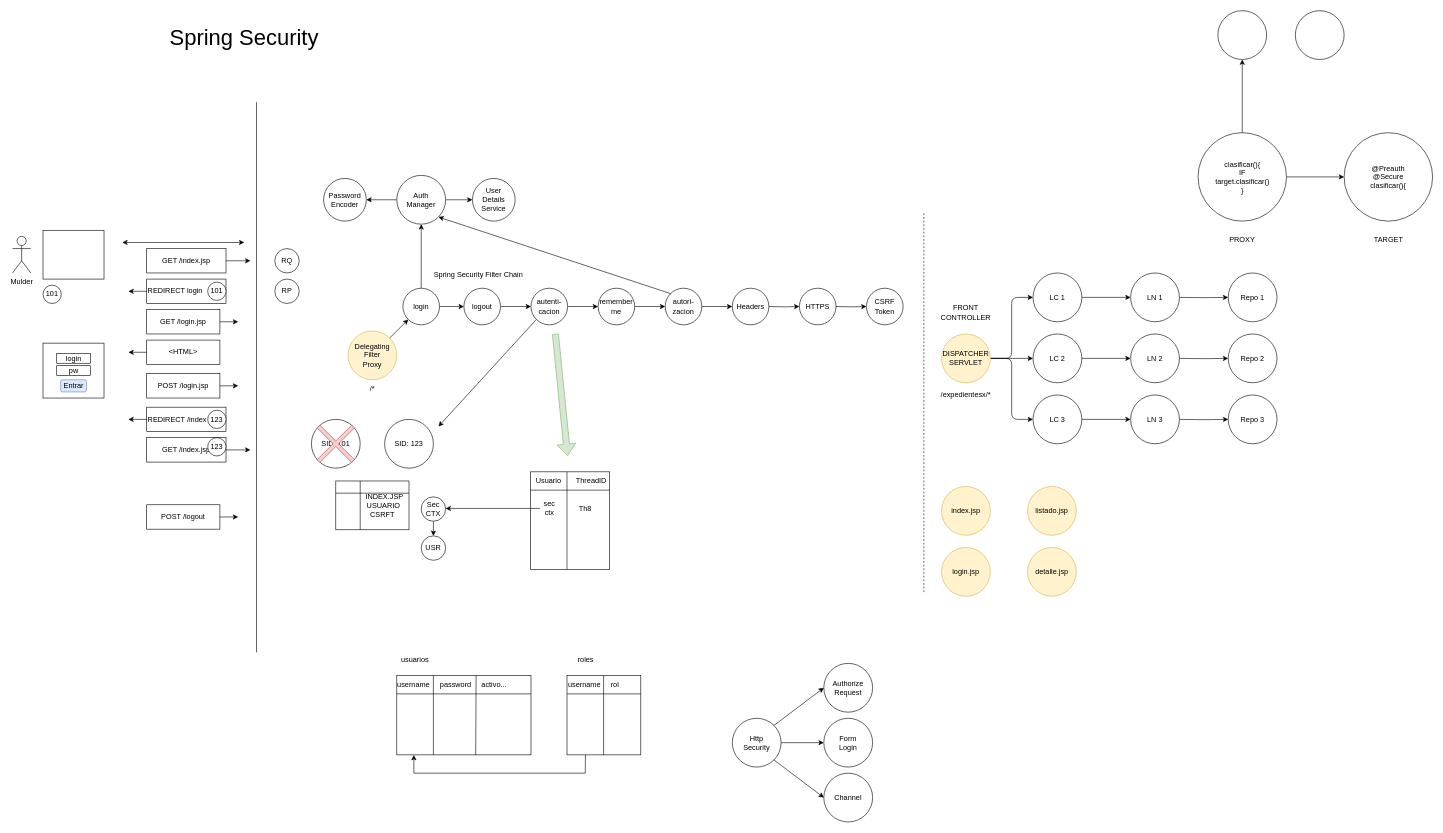
Above: page "Página-20" (23 of 34) of seguridad.drawio in lrag/seguridad_java (draw.io), before the change. Source tidied: cells renumbered, new cells numbered last; positions are measured from the earlier drawing's top-left corner, leaving out a move shared by most shapes. Both pictures are drawn from the tidied source at 61%, with x=0, y=0 at pixel (12, 10).
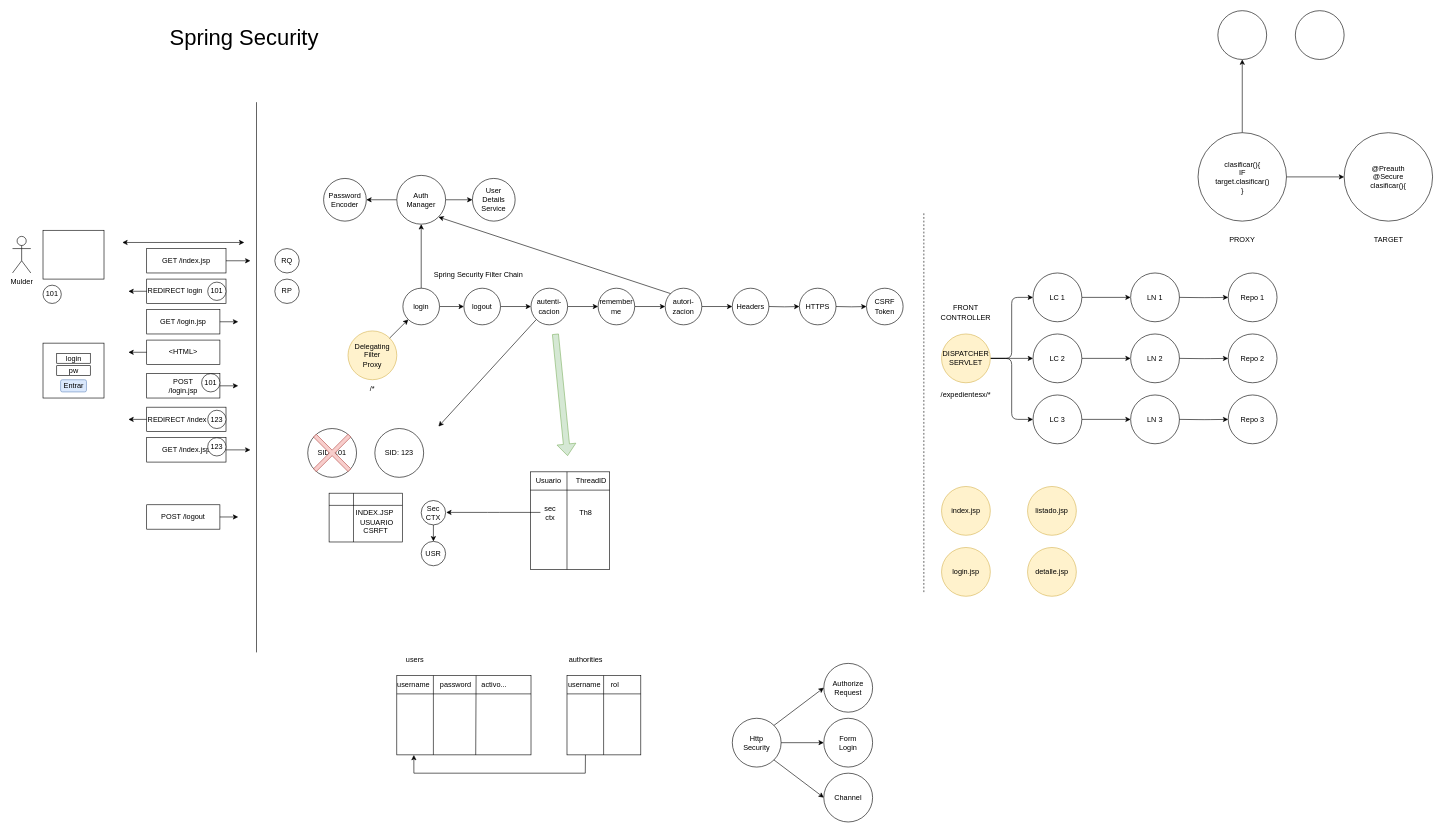
After the change.

Change to the diagram source:
```diff
@@
-    <mxCell id="33" value="POST /login.jsp" style="rounded=0;whiteSpace=wrap;html=1;" parent="1" vertex="1">
+    <mxCell id="33" value="POST &lt;br&gt;/login.jsp" style="rounded=0;whiteSpace=wrap;html=1;" parent="1" vertex="1">
       <mxGeometry x="220" y="595" width="120" height="40" as="geometry" />
     </mxCell>
@@
-    <mxCell id="65" value="usuarios" style="text;html=1;strokeColor=none;fillColor=none;align=center;verticalAlign=middle;whiteSpace=wrap;rounded=0;" parent="1" vertex="1">
+    <mxCell id="65" value="users" style="text;html=1;strokeColor=none;fillColor=none;align=center;verticalAlign=middle;whiteSpace=wrap;rounded=0;" parent="1" vertex="1">
       <mxGeometry x="630" y="1050" width="60" height="30" as="geometry" />
     </mxCell>
@@
-    <mxCell id="68" value="roles" style="text;html=1;strokeColor=none;fillColor=none;align=center;verticalAlign=middle;whiteSpace=wrap;rounded=0;" parent="1" vertex="1">
+    <mxCell id="68" value="authorities" style="text;html=1;strokeColor=none;fillColor=none;align=center;verticalAlign=middle;whiteSpace=wrap;rounded=0;" parent="1" vertex="1">
       <mxGeometry x="910" y="1050" width="60" height="30" as="geometry" />
     </mxCell>
@@
     <mxCell id="104" value="Th8" style="text;html=1;strokeColor=none;fillColor=none;align=center;verticalAlign=middle;whiteSpace=wrap;rounded=0;fontSize=12;" parent="1" vertex="1">
-      <mxGeometry x="909" y="802" width="60" height="30" as="geometry" />
+      <mxGeometry x="910" y="808.5" width="60" height="30" as="geometry" />
     </mxCell>
     <mxCell id="105" style="edgeStyle=orthogonalEdgeStyle;rounded=1;jettySize=auto;html=1;exitX=0;exitY=0.5;exitDx=0;exitDy=0;fontSize=12;" parent="1" edge="1" source="106">
       <mxGeometry relative="1" as="geometry">
-        <mxPoint x="710" y="816" as="targetPoint" />
+        <mxPoint x="711" y="822.5" as="targetPoint" />
       </mxGeometry>
     </mxCell>
     <mxCell id="106" value="sec&lt;br&gt;ctx" style="text;html=1;strokeColor=none;fillColor=none;align=center;verticalAlign=middle;whiteSpace=wrap;rounded=0;fontSize=12;" parent="1" vertex="1">
-      <mxGeometry x="864.5" y="801" width="31" height="30" as="geometry" />
+      <mxGeometry x="865.5" y="807.5" width="31" height="30" as="geometry" />
     </mxCell>
@@
-    <mxCell id="114" value="&amp;nbsp; &amp;nbsp; &amp;nbsp; &amp;nbsp; &amp;nbsp; &amp;nbsp; INDEX.JSP&lt;br&gt;&amp;nbsp; &amp;nbsp; &amp;nbsp; &amp;nbsp; &amp;nbsp; &amp;nbsp;USUARIO&lt;br&gt;&amp;nbsp; &amp;nbsp; &amp;nbsp; &amp;nbsp; &amp;nbsp; CSRFT" style="shape=internalStorage;whiteSpace=wrap;html=1;backgroundOutline=1;dx=40;dy=20;" parent="1" vertex="1">
-      <mxGeometry x="530" y="771" width="120" height="80" as="geometry" />
+    <mxCell id="114" value="&amp;nbsp; &amp;nbsp; &amp;nbsp; &amp;nbsp; &amp;nbsp; &amp;nbsp; &lt;br&gt;&amp;nbsp; &amp;nbsp; &amp;nbsp; &amp;nbsp; &amp;nbsp;INDEX.JSP&lt;br&gt;&amp;nbsp; &amp;nbsp; &amp;nbsp; &amp;nbsp; &amp;nbsp; &amp;nbsp;USUARIO&lt;br style=&quot;border-color: var(--border-color);&quot;&gt;&amp;nbsp; &amp;nbsp; &amp;nbsp; &amp;nbsp; &amp;nbsp; CSRFT" style="shape=internalStorage;whiteSpace=wrap;html=1;backgroundOutline=1;dx=40;dy=20;" parent="1" vertex="1">
+      <mxGeometry x="519" y="791" width="120" height="80" as="geometry" />
     </mxCell>
     <mxCell id="115" value="USR" style="ellipse;whiteSpace=wrap;html=1;" parent="1" vertex="1">
-      <mxGeometry x="670" y="861" width="40" height="40" as="geometry" />
+      <mxGeometry x="670" y="870" width="40" height="40" as="geometry" />
     </mxCell>
     <mxCell id="116" value="SID: 101" style="ellipse;whiteSpace=wrap;html=1;" parent="1" vertex="1">
-      <mxGeometry x="490" y="670" width="80" height="80" as="geometry" />
+      <mxGeometry x="484" y="685" width="80" height="80" as="geometry" />
     </mxCell>
-    <mxCell id="117" style="shape=cross;whiteSpace=wrap;html=1;size=0.07999954223632813;rotation=45;fillColor=#f8cecc;strokeColor=#b85450;" parent="1" vertex="1">
-      <mxGeometry x="490" y="670" width="80" height="80" as="geometry" />
-    </mxCell>
     <mxCell id="118" value="SID: 123" style="ellipse;whiteSpace=wrap;html=1;" parent="1" vertex="1">
-      <mxGeometry x="610" y="670" width="80" height="80" as="geometry" />
+      <mxGeometry x="594" y="685" width="80" height="80" as="geometry" />
     </mxCell>
-    <mxCell id="119" style="endArrow=classic;html=1;rounded=1;fontSize=12;entryX=0.5;entryY=0;entryDx=0;entryDy=0;exitX=0.5;exitY=1;exitDx=0;exitDy=0;" parent="1" edge="1" source="120" target="115">
+    <mxCell id="119" style="endArrow=classic;html=1;rounded=1;fontSize=12;exitX=0.5;exitY=1;exitDx=0;exitDy=0;entryX=0.5;entryY=0;entryDx=0;entryDy=0;" parent="1" edge="1" source="120" target="115">
       <mxGeometry relative="1" as="geometry" />
     </mxCell>
     <mxCell id="120" value="Sec&lt;br&gt;CTX" style="ellipse;whiteSpace=wrap;html=1;" parent="1" vertex="1">
-      <mxGeometry x="670" y="797" width="40" height="40" as="geometry" />
+      <mxGeometry x="670" y="803" width="40" height="40" as="geometry" />
     </mxCell>
@@
+    <mxCell id="123" value="101" style="ellipse;whiteSpace=wrap;html=1;" parent="1" vertex="1">
+      <mxGeometry x="310" y="595" width="30" height="30" as="geometry" />
+    </mxCell>
+    <mxCell id="124" style="shape=cross;whiteSpace=wrap;html=1;size=0.07999954223632813;rotation=45;fillColor=#f8cecc;strokeColor=#b85450;" parent="1" vertex="1">
+      <mxGeometry x="484" y="685" width="80" height="80" as="geometry" />
+    </mxCell>
```
